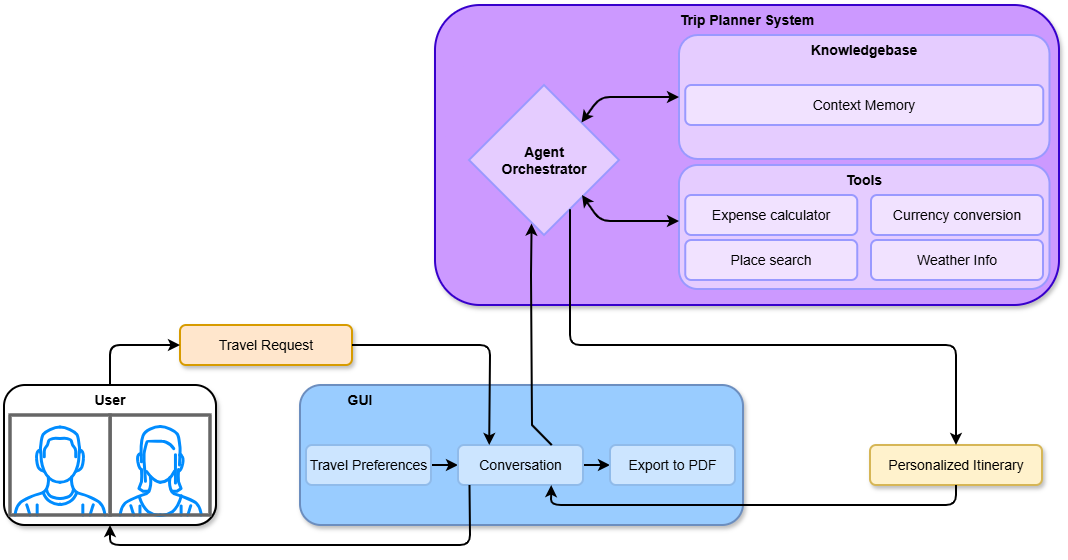
CarlosAPard0/AI-Trip-Planner keeps this draw.io diagram as Diagrama.png. Above is the earlier version. Source tidied: cells renumbered, new cells last; positions are measured from the earlier drawing's top-left corner, leaving out a move shared by most shapes.
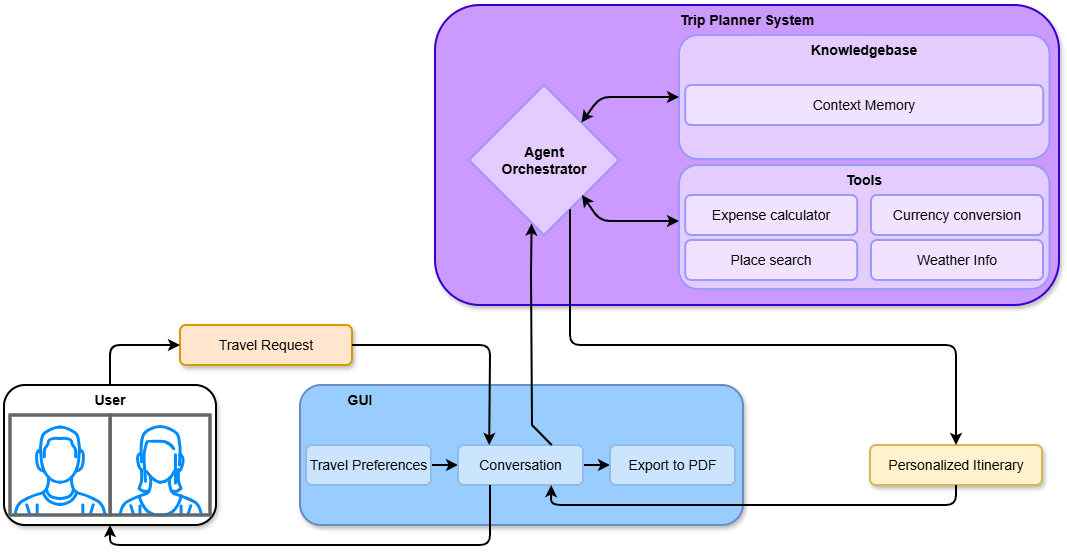
Above is the later version.

Diff of the diagram source:
```diff
@@ -81,11 +81,11 @@
     <mxCell id="23" style="rounded=1;whiteSpace=wrap;html=1;fillColor=#CC99FF;strokeWidth=2;fontColor=#ffffff;strokeColor=#3700CC;shadow=1;" parent="1" vertex="1">
       <mxGeometry x="431" width="624" height="300" as="geometry" />
     </mxCell>
-    <mxCell id="24" style="endArrow=classic;html=1;rounded=1;strokeWidth=2;exitX=0.5;exitY=1;exitDx=0;exitDy=0;entryX=0.5;entryY=1;entryDx=0;entryDy=0;curved=0;" parent="1" edge="1" target="3">
+    <mxCell id="24" style="endArrow=classic;html=1;rounded=1;strokeWidth=2;entryX=0.5;entryY=1;entryDx=0;entryDy=0;curved=0;" parent="1" edge="1" target="3">
       <mxGeometry relative="1" as="geometry">
-        <mxPoint x="465.5" y="480" as="sourcePoint" />
+        <mxPoint x="486" y="480" as="sourcePoint" />
         <Array as="points">
-          <mxPoint x="466" y="540" />
+          <mxPoint x="486" y="540" />
           <mxPoint x="106" y="540" />
         </Array>
       </mxGeometry>
```
